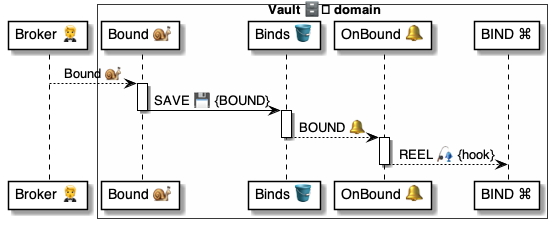
Earlier version of the PlantUML export 4 ⚙️ Solution/41 🎭 Domain Roles/Vaults 🗄️/🗄️🪣 Vault tables/Binds 🔗 table/🪣🔔 3 Bound/🗄️ OnBindBound ⚙️ uml.png (pollyweb-org/pollyweb-docs). Its source is kept beside it as 4 ⚙️ Solution/41 🎭 Domain Roles/Vaults 🗄️/🗄️🪣 Vault tables/Binds 🔗 table/🪣🔔 3 Bound/🗄️ OnBindBound ⚙️ uml.puml.
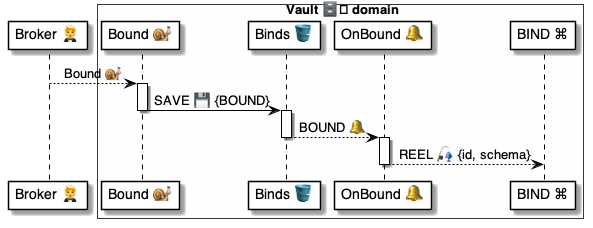
Later version of the same file.

Diff of the diagram source:
```diff
@@ -21,7 +21,7 @@
 deactivate binds
 
 activate trigger
-    trigger --> bind: REEL 🎣 {hook}
+    trigger --> bind: REEL 🎣 {id, schema}
 deactivate trigger
 
 
```
